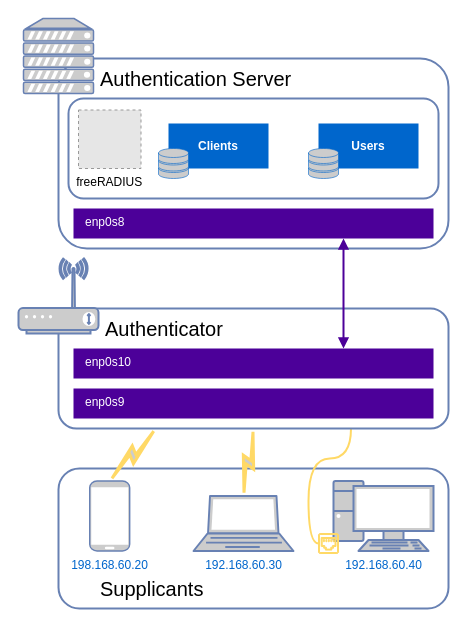
Above: page "EAP" (2 of 9) of docs/5G Emulated Network/topology.drawio in davidjosearaujo/dissertation (draw.io), before the change. Source tidied: cells renumbered, new cells numbered last; positions are measured from the earlier drawing's top-left corner, leaving out a move shared by most shapes. Both pictures are drawn from the tidied source at 100%, with x=0, y=0 at pixel (18, 18). Pictures stored in the file or linked from it are replaced by grey dashed boxes.
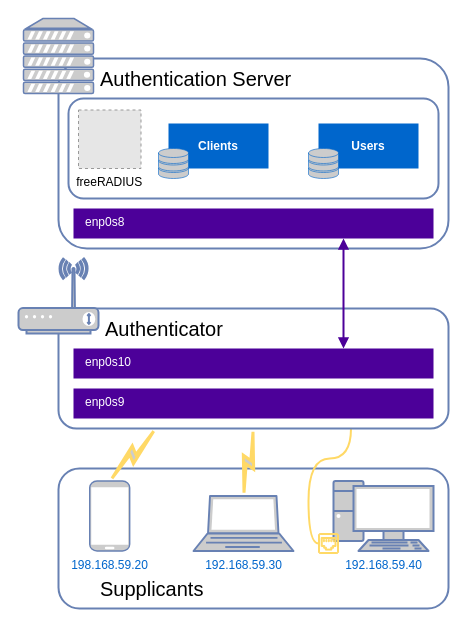
The same page after the edit.

Diff of the diagram source:
```diff
@@
-    <mxCell id="8" value="192.168.60.30" style="fontColor=#0066CC;verticalAlign=top;verticalLabelPosition=bottom;labelPosition=center;align=center;html=1;outlineConnect=0;fillColor=#CCCCCC;strokeColor=#6881B3;gradientColor=none;gradientDirection=north;strokeWidth=2;shape=mxgraph.networks.laptop;" parent="1" vertex="1">
+    <mxCell id="8" value="192.168.59.30" style="fontColor=#0066CC;verticalAlign=top;verticalLabelPosition=bottom;labelPosition=center;align=center;html=1;outlineConnect=0;fillColor=#CCCCCC;strokeColor=#6881B3;gradientColor=none;gradientDirection=north;strokeWidth=2;shape=mxgraph.networks.laptop;" parent="1" vertex="1">
       <mxGeometry x="175" y="477.5" width="100" height="55" as="geometry" />
     </mxCell>
-    <mxCell id="9" value="198.168.60.20" style="fontColor=#0066CC;verticalAlign=top;verticalLabelPosition=bottom;labelPosition=center;align=center;html=1;outlineConnect=0;fillColor=#CCCCCC;strokeColor=#6881B3;gradientColor=none;gradientDirection=north;strokeWidth=2;shape=mxgraph.networks.mobile;" parent="1" vertex="1">
+    <mxCell id="9" value="198.168.59.20" style="fontColor=#0066CC;verticalAlign=top;verticalLabelPosition=bottom;labelPosition=center;align=center;html=1;outlineConnect=0;fillColor=#CCCCCC;strokeColor=#6881B3;gradientColor=none;gradientDirection=north;strokeWidth=2;shape=mxgraph.networks.mobile;" parent="1" vertex="1">
       <mxGeometry x="71.2" y="462.5" width="40" height="70" as="geometry" />
     </mxCell>
-    <mxCell id="10" value="192.168.60.40" style="fontColor=#0066CC;verticalAlign=top;verticalLabelPosition=bottom;labelPosition=center;align=center;html=1;fillColor=#CCCCCC;strokeColor=#6881B3;gradientColor=none;gradientDirection=north;strokeWidth=2;shape=mxgraph.networks.pc;" parent="1" vertex="1">
+    <mxCell id="10" value="192.168.59.40" style="fontColor=#0066CC;verticalAlign=top;verticalLabelPosition=bottom;labelPosition=center;align=center;html=1;fillColor=#CCCCCC;strokeColor=#6881B3;gradientColor=none;gradientDirection=north;strokeWidth=2;shape=mxgraph.networks.pc;" parent="1" vertex="1">
       <mxGeometry x="315" y="462.5" width="100" height="70" as="geometry" />
     </mxCell>
```
